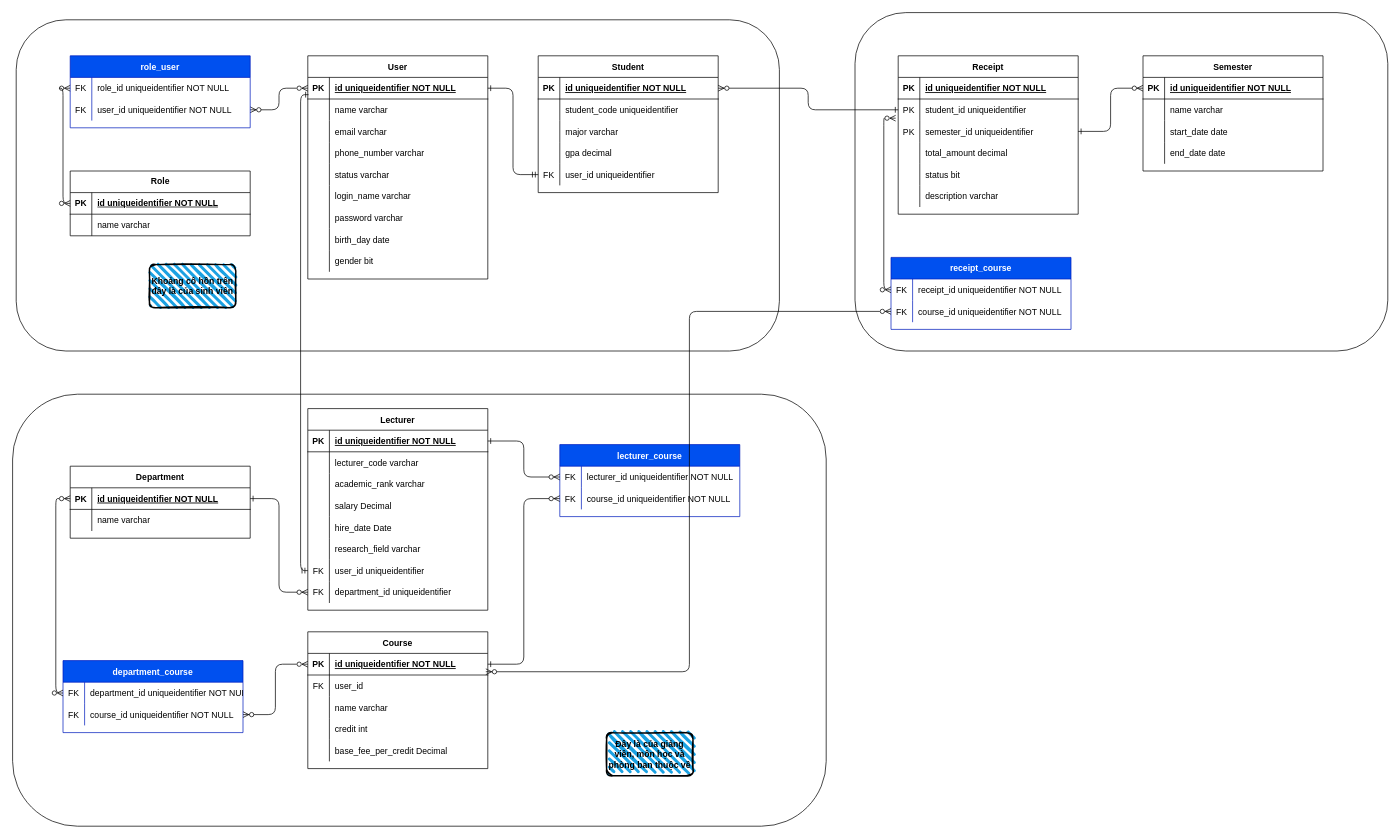
Earlier version of the draw.io diagram db/analysis.drawio (TronkIshere/Information-Systems-Analysis). Source tidied: cells renumbered, new cells numbered last; positions are measured from the earlier drawing's top-left corner, leaving out a move shared by most shapes. Both pictures are drawn from the tidied source at 72%, with x=0, y=0 at pixel (12, 12).
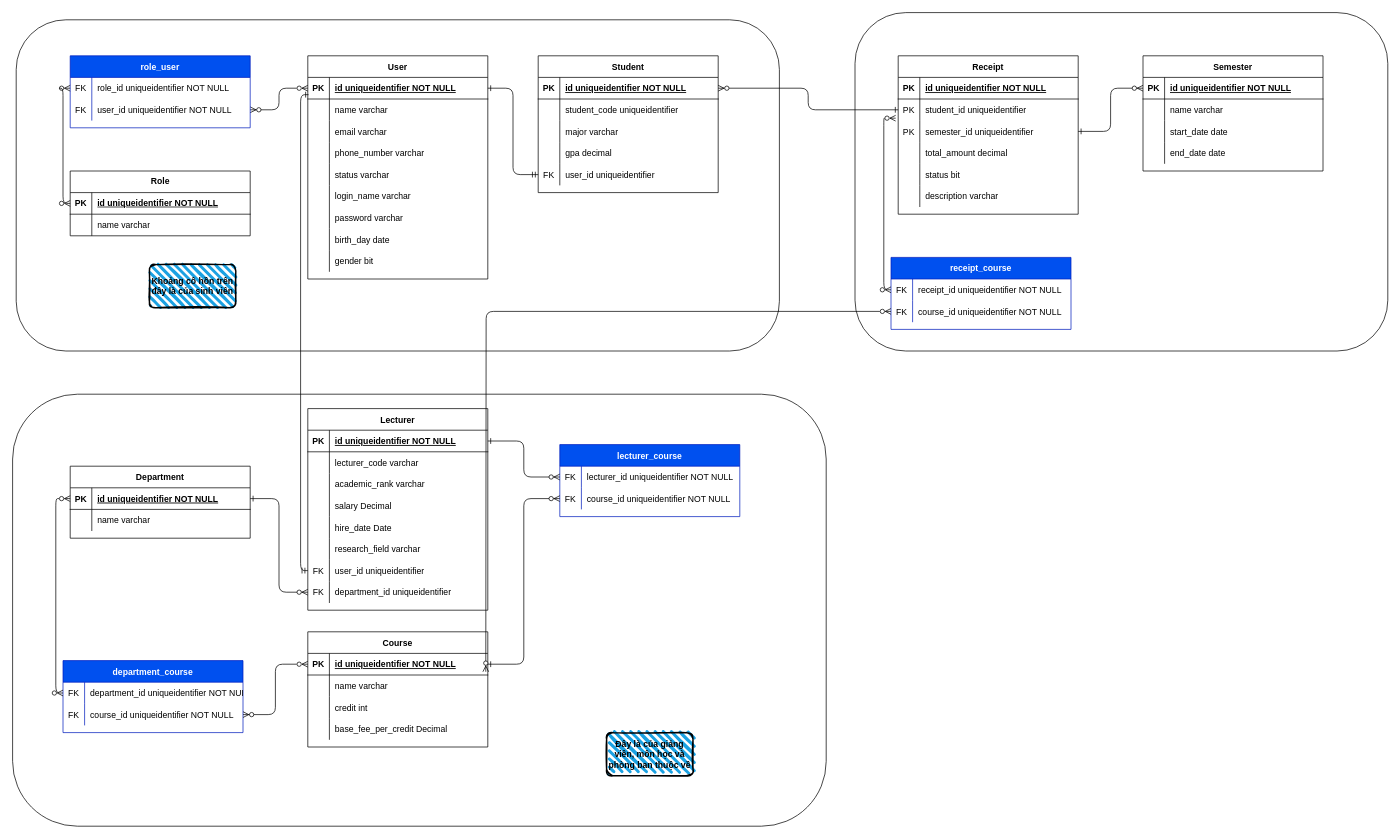
The same diagram, later.

The change refers to these unchanged cells:
```xml
<mxCell id="174" style="shape=tableRow;horizontal=0;startSize=0;swimlaneHead=0;swimlaneBody=0;fillColor=none;points=[[0,0.5],[1,0.5]];portConstraint=eastwest;top=0;left=0;right=0;bottom=0;" parent="170" vertex="1">
  <mxGeometry y="60" width="250" height="30" as="geometry" />
</mxCell>
```

Diff of the diagram source:
```diff
@@
     <mxCell id="34" value="Course" style="shape=table;startSize=30;childLayout=tableLayout;rowLines=0;fontStyle=1;align=center;" parent="1" vertex="1">
-      <mxGeometry x="410" y="860" width="250" height="190" as="geometry" />
+      <mxGeometry x="410" y="860" width="250" height="160" as="geometry" />
     </mxCell>
@@
-    <mxCell id="38" style="shape=partialRectangle;fillColor=none;points=[[0,0.5],[1,0.5]];portConstraint=eastwest;top=0;left=0;right=0;bottom=0;" parent="34" vertex="1">
-      <mxGeometry y="60" width="250" height="30" as="geometry" />
-    </mxCell>
-    <mxCell id="39" value="FK" style="shape=partialRectangle;overflow=hidden;fillColor=none;top=0;left=0;bottom=0;right=0;" parent="38" vertex="1">
-      <mxGeometry width="30" height="30" as="geometry" />
-    </mxCell>
-    <mxCell id="40" value="user_id" style="shape=partialRectangle;overflow=hidden;fillColor=none;top=0;left=0;bottom=0;right=0;align=left;spacingLeft=6;" parent="38" vertex="1">
-      <mxGeometry x="30" width="220" height="30" as="geometry" />
-    </mxCell>
     <mxCell id="41" style="shape=partialRectangle;fillColor=none;top=0;left=0;right=0;bottom=0;" parent="34" vertex="1">
-      <mxGeometry y="90" width="250" height="30" as="geometry" />
+      <mxGeometry y="60" width="250" height="30" as="geometry" />
     </mxCell>
@@
     <mxCell id="44" style="shape=tableRow;horizontal=0;startSize=0;swimlaneHead=0;swimlaneBody=0;fillColor=none;top=0;left=0;right=0;bottom=0;" parent="34" vertex="1">
-      <mxGeometry y="120" width="250" height="30" as="geometry" />
+      <mxGeometry y="90" width="250" height="30" as="geometry" />
     </mxCell>
@@
     <mxCell id="47" style="shape=tableRow;horizontal=0;startSize=0;swimlaneHead=0;swimlaneBody=0;fillColor=none;top=0;left=0;right=0;bottom=0;" parent="34" vertex="1">
-      <mxGeometry y="150" width="250" height="30" as="geometry" />
+      <mxGeometry y="120" width="250" height="30" as="geometry" />
     </mxCell>
@@
-    <mxCell id="178" style="endArrow=ERzeroToMany;startArrow=ERzeroToMany;endFill=1;startFill=0;edgeStyle=orthogonalEdgeStyle;entryX=0.989;entryY=-0.151;entryDx=0;entryDy=0;entryPerimeter=0;" parent="1" edge="1" source="174" target="38">
-      <mxGeometry relative="1" as="geometry" />
+    <mxCell id="178" style="endArrow=ERzeroToMany;startArrow=ERzeroToMany;endFill=1;startFill=0;edgeStyle=orthogonalEdgeStyle;entryX=0.989;entryY=-0.151;entryDx=0;entryDy=0;entryPerimeter=0;" parent="1" edge="1" source="174">
+      <mxGeometry relative="1" as="geometry">
+        <mxPoint x="657.2" y="915.5" as="targetPoint" />
+      </mxGeometry>
     </mxCell>
```
